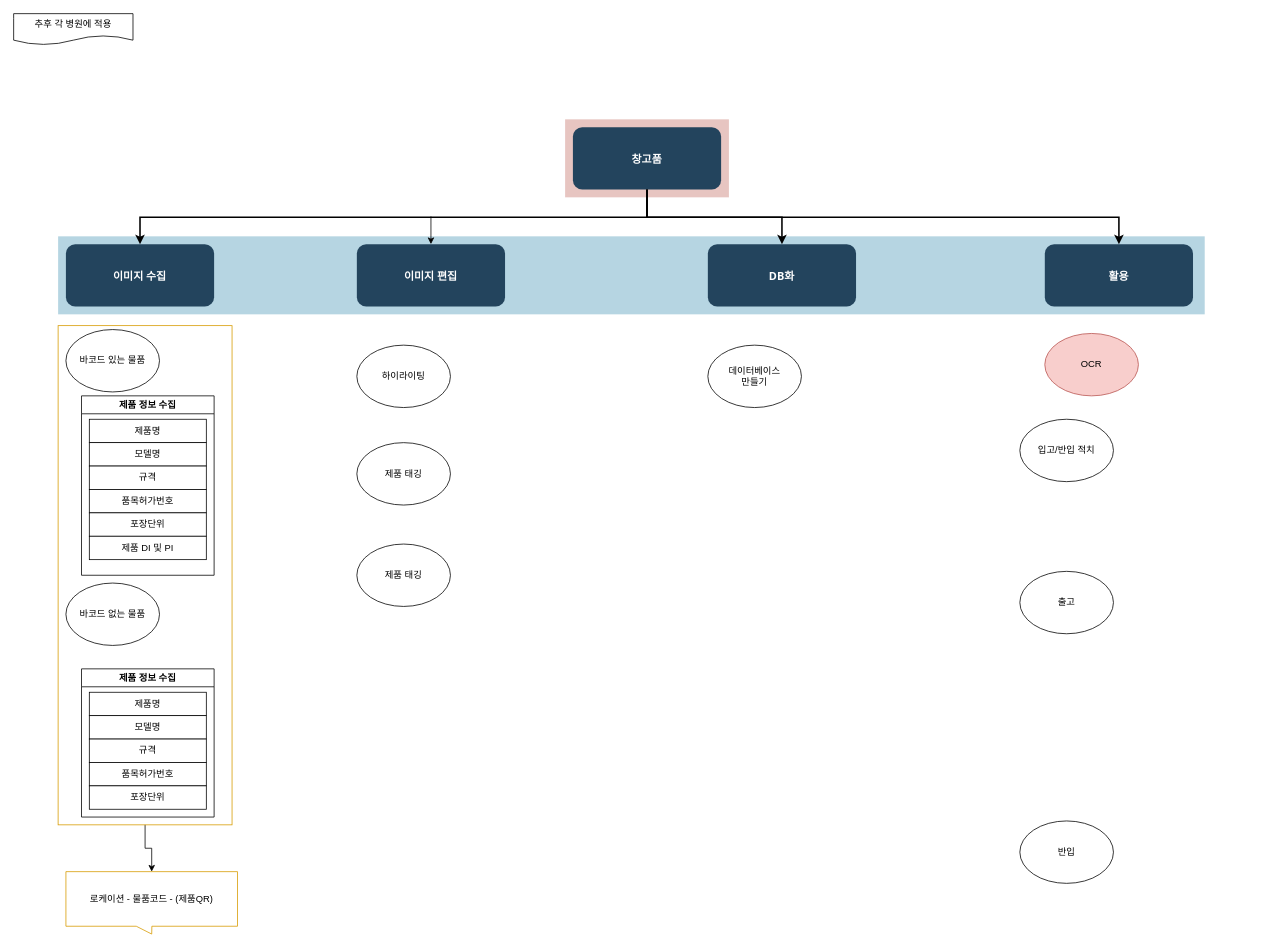
Leena-GO/Projects keeps this draw.io diagram as mind_map/Untitled Diagram.drawio. Above is the earlier version. Source tidied: cells renumbered, new cells numbered last; positions are measured from the earlier drawing's top-left corner, leaving out a move shared by most shapes. Both pictures are drawn from the tidied source at 78%, with x=0, y=0 at pixel (13, 13).
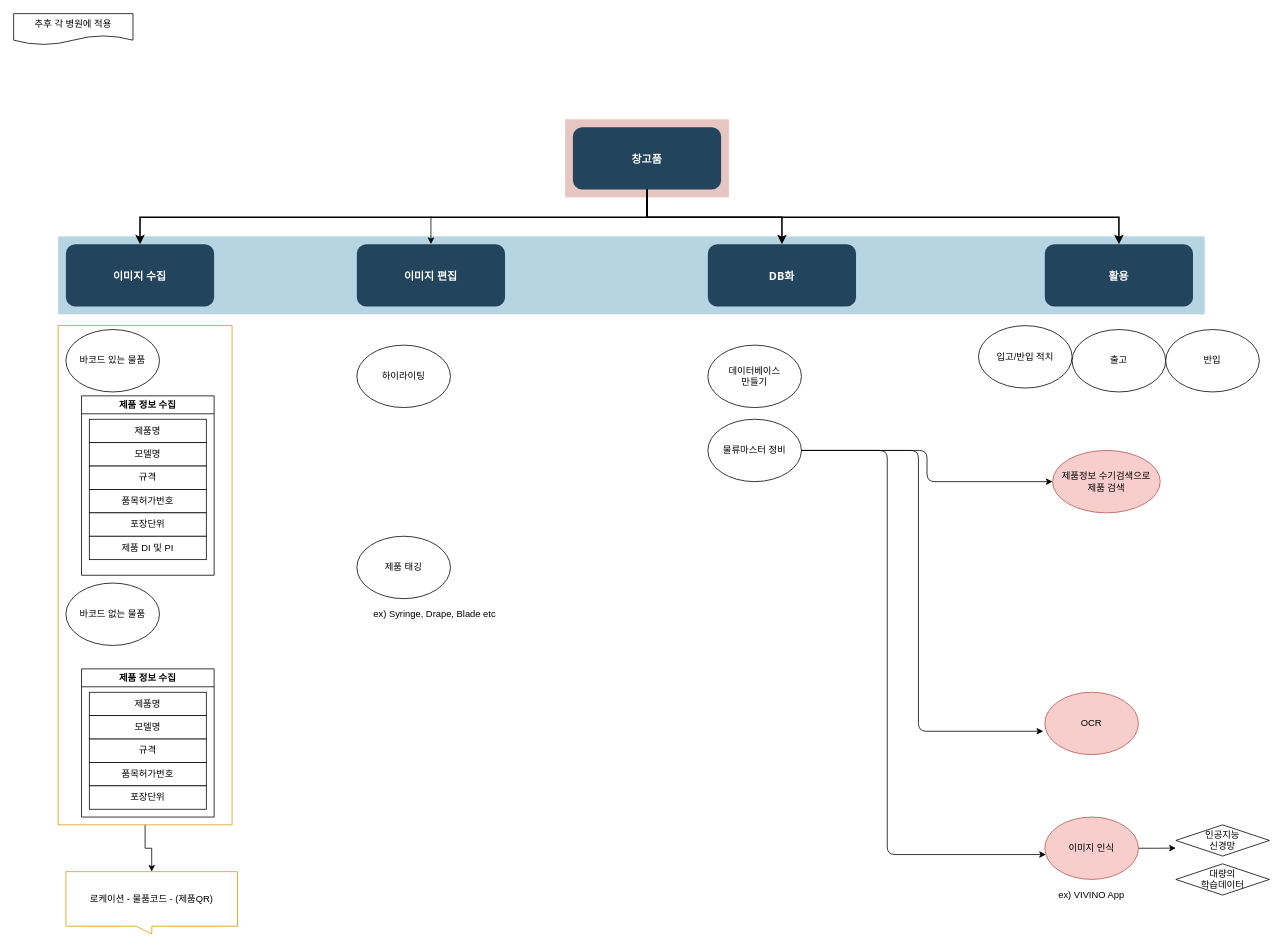
The same page after the edit.

The edit, as a diff of the source:
```diff
@@
     <mxCell id="13" value="입고/반입 적치" style="ellipse;whiteSpace=wrap;html=1;" parent="1" vertex="1">
-      <mxGeometry x="1290" y="520" width="120" height="80" as="geometry" />
+      <mxGeometry x="1237" y="400" width="120" height="80" as="geometry" />
     </mxCell>
     <mxCell id="14" value="출고" style="ellipse;whiteSpace=wrap;html=1;" parent="1" vertex="1">
-      <mxGeometry x="1290" y="715" width="120" height="80" as="geometry" />
+      <mxGeometry x="1357" y="405" width="120" height="80" as="geometry" />
     </mxCell>
     <mxCell id="15" value="반입" style="ellipse;whiteSpace=wrap;html=1;" parent="1" vertex="1">
-      <mxGeometry x="1290" y="1035" width="120" height="80" as="geometry" />
+      <mxGeometry x="1477" y="405" width="120" height="80" as="geometry" />
     </mxCell>
+    <mxCell id="40" style="edgeStyle=orthogonalEdgeStyle;rounded=0;jettySize=auto;html=1;exitX=1;exitY=0.5;exitDx=0;exitDy=0;" parent="1" edge="1" source="16">
+      <mxGeometry relative="1" as="geometry">
+        <mxPoint x="1490" y="1069.8" as="targetPoint" />
+      </mxGeometry>
+    </mxCell>
-    <mxCell id="16" value="OCR" style="ellipse;whiteSpace=wrap;html=1;fillColor=#f8cecc;strokeColor=#b85450;" parent="1" vertex="1">
-      <mxGeometry x="1322" y="410" width="120" height="80" as="geometry" />
+    <mxCell id="16" value="이미지 인식" style="ellipse;whiteSpace=wrap;html=1;fillColor=#f8cecc;strokeColor=#b85450;" parent="1" vertex="1">
+      <mxGeometry x="1322" y="1030" width="120" height="80" as="geometry" />
     </mxCell>
@@
     <mxCell id="38" value="제품 태깅" style="ellipse;whiteSpace=wrap;html=1;" parent="1" vertex="1">
-      <mxGeometry x="440" y="550" width="120" height="80" as="geometry" />
+      <mxGeometry x="440" y="670" width="120" height="80" as="geometry" />
     </mxCell>
-    <mxCell id="39" value="제품 태깅" style="ellipse;whiteSpace=wrap;html=1;" parent="1" vertex="1">
-      <mxGeometry x="440" y="680" width="120" height="80" as="geometry" />
-    </mxCell>
+    <mxCell id="41" value="OCR" style="ellipse;whiteSpace=wrap;html=1;fillColor=#f8cecc;strokeColor=#b85450;" parent="1" vertex="1">
+      <mxGeometry x="1322" y="870" width="120" height="80" as="geometry" />
+    </mxCell>
+    <mxCell id="42" value="제품정보 수기검색으로&lt;br&gt;제품 검색" style="ellipse;whiteSpace=wrap;html=1;fillColor=#f8cecc;strokeColor=#b85450;" parent="1" vertex="1">
+      <mxGeometry x="1332" y="560" width="138" height="80" as="geometry" />
+    </mxCell>
+    <mxCell id="43" value="물류마스터 정비" style="ellipse;whiteSpace=wrap;html=1;" parent="1" vertex="1">
+      <mxGeometry x="890" y="520" width="120" height="80" as="geometry" />
+    </mxCell>
+    <mxCell id="44" style="edgeStyle=elbowEdgeStyle;elbow=horizontal;endArrow=classic;html=1;exitX=1;exitY=0.5;exitDx=0;exitDy=0;entryX=0;entryY=0.5;entryDx=0;entryDy=0;" parent="1" edge="1" source="43" target="42">
+      <mxGeometry relative="1" as="geometry" />
+    </mxCell>
+    <mxCell id="45" style="edgeStyle=elbowEdgeStyle;elbow=horizontal;endArrow=classic;html=1;exitX=1;exitY=0.5;exitDx=0;exitDy=0;" parent="1" edge="1" source="43">
+      <mxGeometry relative="1" as="geometry">
+        <mxPoint x="1320" y="920" as="targetPoint" />
+        <Array as="points">
+          <mxPoint x="1160" y="730" />
+        </Array>
+      </mxGeometry>
+    </mxCell>
+    <mxCell id="46" style="edgeStyle=elbowEdgeStyle;elbow=horizontal;endArrow=classic;html=1;entryX=0.012;entryY=0.601;entryDx=0;entryDy=0;entryPerimeter=0;exitX=1;exitY=0.5;exitDx=0;exitDy=0;" parent="1" edge="1" source="43" target="16">
+      <mxGeometry relative="1" as="geometry">
+        <Array as="points">
+          <mxPoint x="1120" y="880" />
+          <mxPoint x="1100" y="880" />
+        </Array>
+      </mxGeometry>
+    </mxCell>
+    <mxCell id="47" value="ex) VIVINO App" style="text;html=1;strokeColor=none;fillColor=none;align=center;verticalAlign=middle;whiteSpace=wrap;rounded=0;" parent="1" vertex="1">
+      <mxGeometry x="1332" y="1120" width="100" height="20" as="geometry" />
+    </mxCell>
+    <mxCell id="48" value="ex) Syringe, Drape, Blade etc" style="text;html=1;strokeColor=none;fillColor=none;align=center;verticalAlign=middle;whiteSpace=wrap;rounded=0;" parent="1" vertex="1">
+      <mxGeometry x="440" y="760" width="200" height="20" as="geometry" />
+    </mxCell>
+    <mxCell id="49" value="인공지능&lt;br&gt;신경망" style="rhombus;whiteSpace=wrap;html=1;fillColor=none;" parent="1" vertex="1">
+      <mxGeometry x="1490" y="1040" width="120" height="40" as="geometry" />
+    </mxCell>
+    <mxCell id="50" value="대량의&lt;br&gt;학습데이터" style="rhombus;whiteSpace=wrap;html=1;fillColor=none;" parent="1" vertex="1">
+      <mxGeometry x="1490" y="1090" width="120" height="40" as="geometry" />
+    </mxCell>
```
